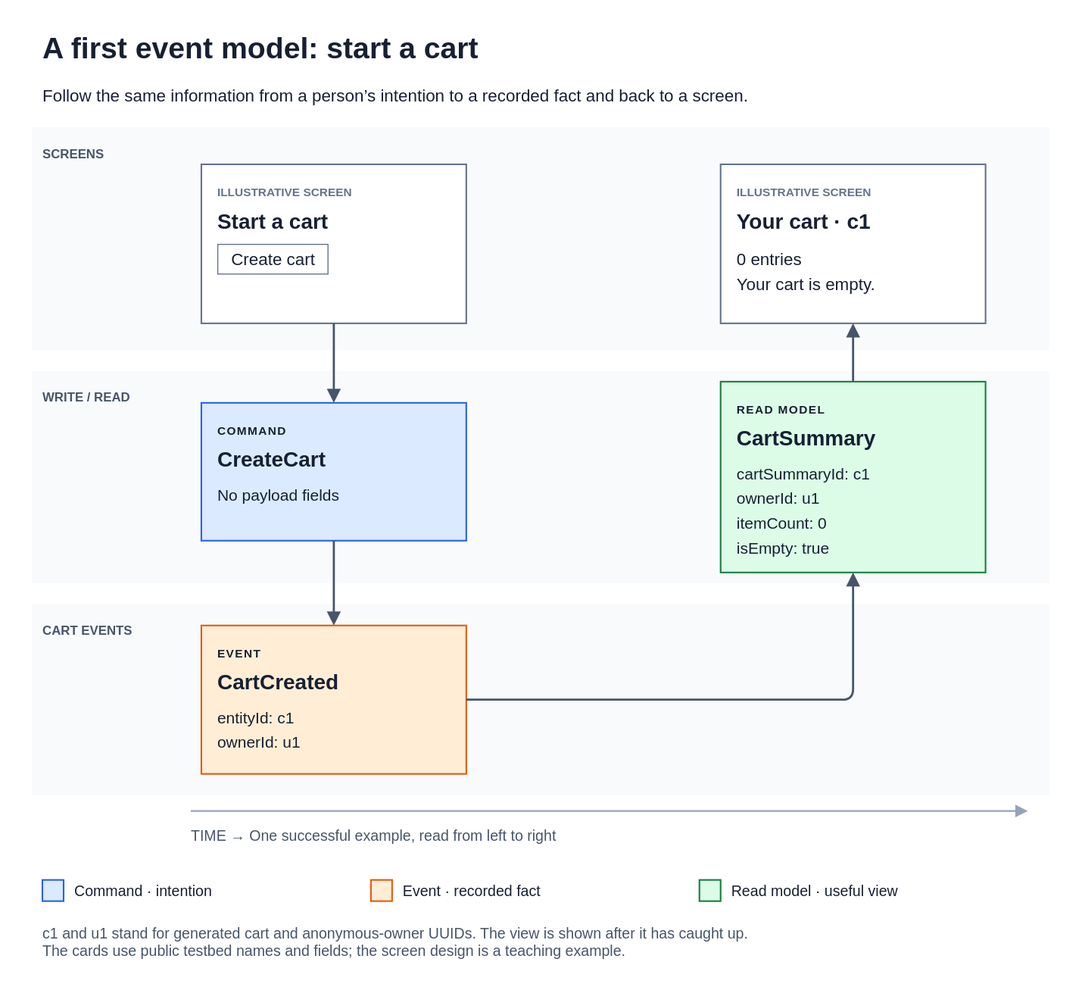
Above: website/public/diagrams/event-model-first-cart.svg in neohaskell/NeoHaskell (draw.io), before the change. Source tidied: cells renumbered, new cells last; positions are measured from the earlier drawing's top-left corner, leaving out a move shared by most shapes.
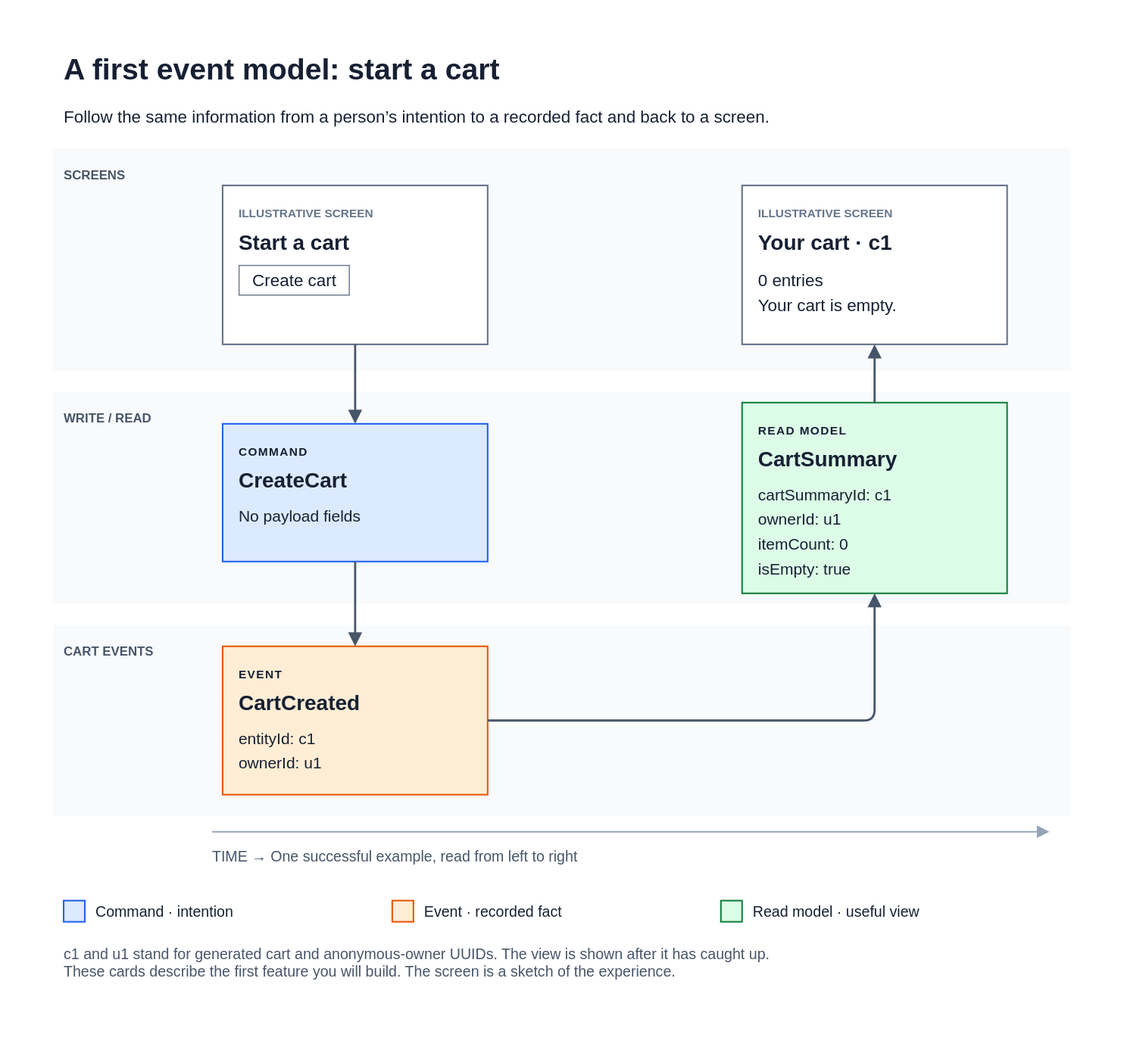
Above is the later version.

Change to the diagram source:
```diff
@@ -87,7 +87,7 @@
     <mxCell id="27" style="edgeStyle=orthogonalEdgeStyle;rounded=1;jettySize=auto;html=1;strokeColor=#475569;strokeWidth=2;endArrow=block;endSize=8;exitX=0.5;exitY=0;entryX=0.5;entryY=1;" parent="2" edge="1" source="12" target="8">
       <mxGeometry relative="1" as="geometry" />
     </mxCell>
-    <mxCell id="28" value="c1 and u1 stand for generated cart and anonymous-owner UUIDs. The view is shown after it has caught up.&lt;br/&gt;The cards use public testbed names and fields; the screen design is a teaching example." style="rounded=0;whiteSpace=wrap;html=1;fontFamily=Arial;fontSize=16;fontColor=#172033;strokeWidth=1.5;text;fillColor=none;strokeColor=none;align=left;verticalAlign=middle;fontSize=14;fontStyle=0;fontColor=#475569;spacing=0;" parent="2" vertex="1">
+    <mxCell id="28" value="c1 and u1 stand for generated cart and anonymous-owner UUIDs. The view is shown after it has caught up.&lt;br/&gt;These cards describe the first feature you will build. The screen is a sketch of the experience." style="rounded=0;whiteSpace=wrap;html=1;fontFamily=Arial;fontSize=16;fontColor=#172033;strokeWidth=1.5;text;fillColor=none;strokeColor=none;align=left;verticalAlign=middle;fontSize=14;fontStyle=0;fontColor=#475569;spacing=0;" parent="2" vertex="1">
       <mxGeometry x="40" y="865" width="940" height="45" as="geometry" />
     </mxCell>
   </root>
```
